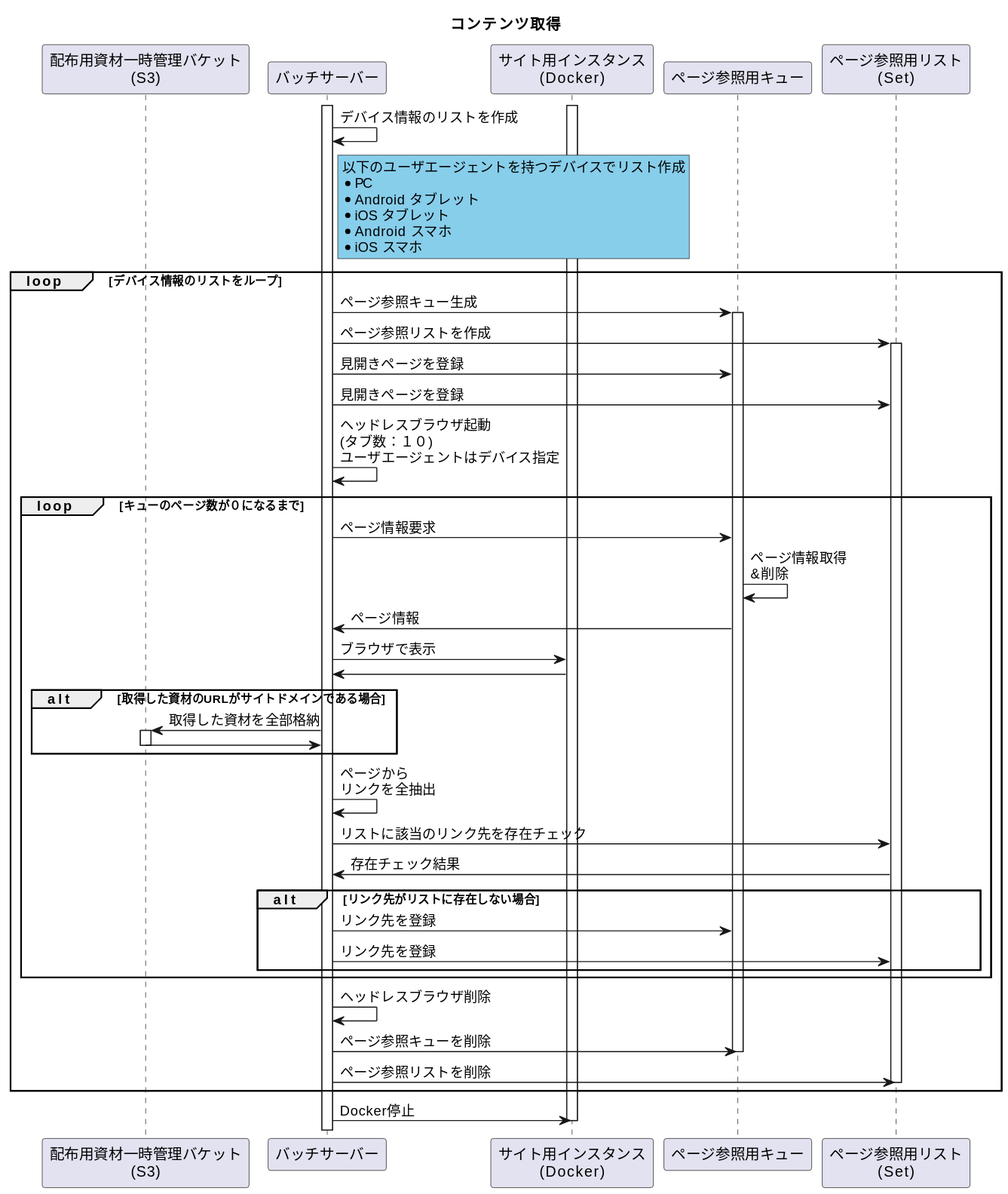
Earlier version of the PlantUML export 01_Sequences/02_BlogCreate/02_BlogCreate_Flow/getContentsFlow.svg (Sonic-Host/documents). Its diagram source:
```plantuml
@startuml
title コンテンツ取得


participant "配布用資材一時管理バケット\n(S3)" as tmp
participant "バッチサーバー" as batch
participant "サイト用インスタンス\n(Docker)" as docker
participant "ページ参照用キュー" as  queue
participant "ページ参照用リスト\n(Set)" as  set

activate batch
activate docker
batch -> batch : デバイス情報のリストを作成
rnote right of batch #SkyBlue
    以下のユーザエージェントを持つデバイスでリスト作成
    * PC
    * Android タブレット
    * iOS タブレット
    * Android スマホ
    * iOS スマホ
end note
loop デバイス情報のリストをループ
    batch -> queue  ++ : ページ参照キュー生成
    batch -> set ++ : ページ参照リストを作成
    batch -> queue : 見開きページを登録
    batch -> set : 見開きページを登録
    batch -> batch : ヘッドレスブラウザ起動\n(タブ数：１０)\nユーザエージェントはデバイス指定
    loop キューのページ数が０になるまで
        batch -> queue : ページ情報要求
        queue -> queue : ページ情報取得\n&削除
        batch <- queue : ページ情報
        batch -> docker : ブラウザで表示
        batch <- docker
        alt  取得した資材のURLがサイトドメインである場合
            batch -> tmp ++ : 取得した資材を全部格納
            batch <- tmp --
        end
        batch -> batch : ページから\nリンクを全抽出
        batch -> set : リストに該当のリンク先を存在チェック
        batch <- set : 存在チェック結果
        alt リンク先がリストに存在しない場合
            batch -> queue : リンク先を登録
            batch -> set : リンク先を登録
        end
    end
    batch -> batch : ヘッドレスブラウザ削除
    batch -> queue  : ページ参照キューを削除
    deactivate queue
    batch -> set  : ページ参照リストを削除
    deactivate set
end
batch -> docker : Docker停止
deactivate docker
@enduml
```
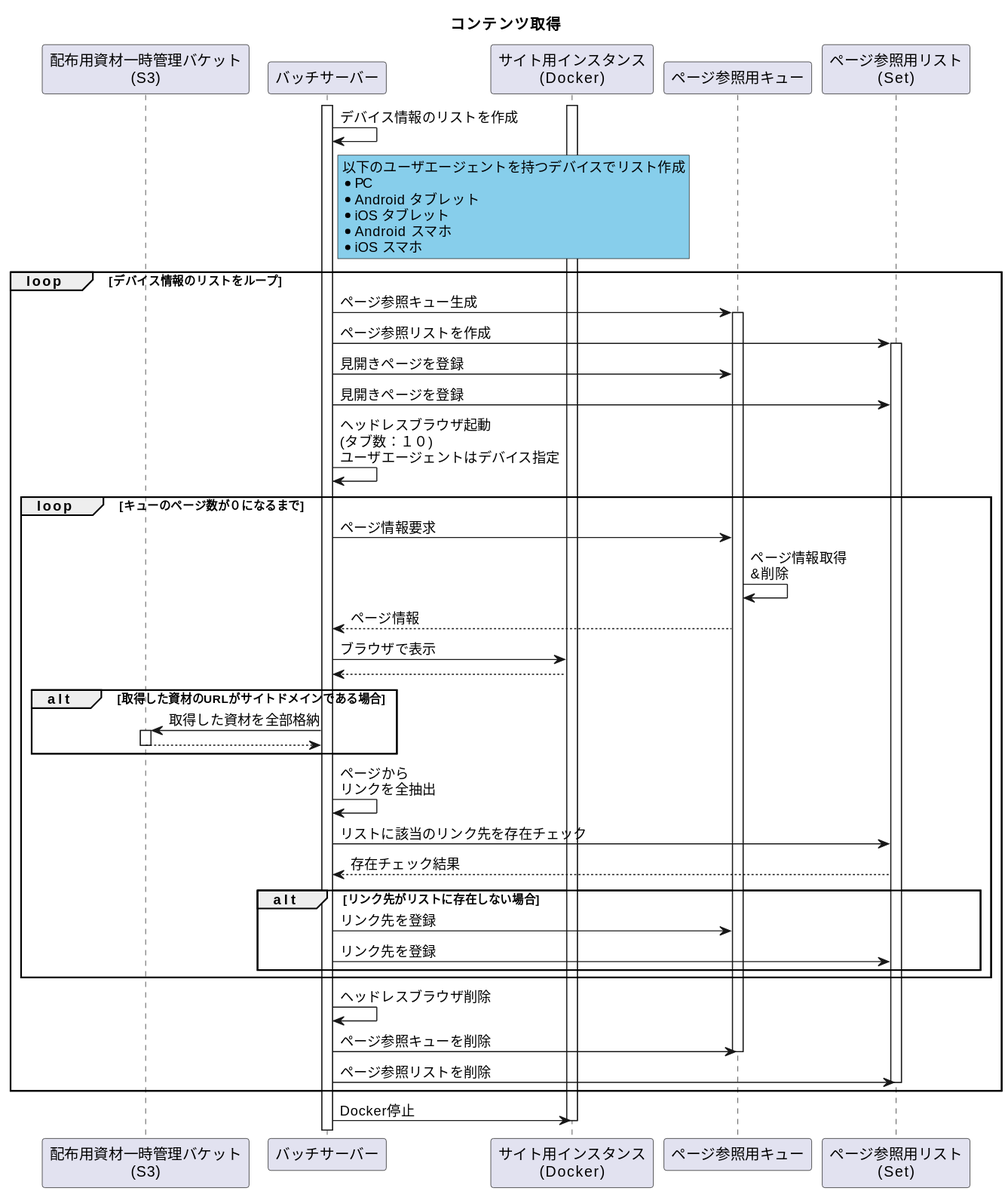
After the commit.

Diff of the diagram source:
```diff
@@ -28,16 +28,16 @@
     loop キューのページ数が０になるまで
         batch -> queue : ページ情報要求
         queue -> queue : ページ情報取得\n&削除
-        batch <- queue : ページ情報
+        batch <-- queue : ページ情報
         batch -> docker : ブラウザで表示
-        batch <- docker
+        batch <-- docker
         alt  取得した資材のURLがサイトドメインである場合
             batch -> tmp ++ : 取得した資材を全部格納
-            batch <- tmp --
+            batch <-- tmp --
         end
         batch -> batch : ページから\nリンクを全抽出
         batch -> set : リストに該当のリンク先を存在チェック
-        batch <- set : 存在チェック結果
+        batch <-- set : 存在チェック結果
         alt リンク先がリストに存在しない場合
             batch -> queue : リンク先を登録
             batch -> set : リンク先を登録
```
